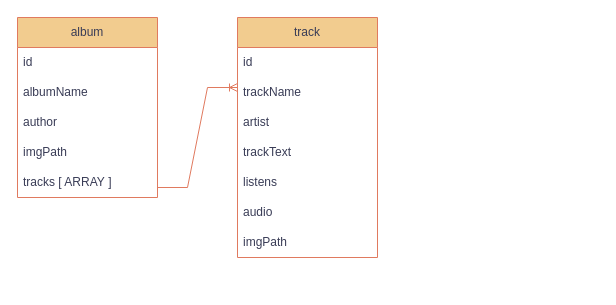
Earlier version of the draw.io diagram Диаграмма без названия.drawio (Erhan1708/TuneVault-Server). Source tidied: cells renumbered, new cells numbered last; positions are measured from the earlier drawing's top-left corner, leaving out a move shared by most shapes. Both pictures are drawn from the tidied source at 100%, with x=0, y=0 at pixel (17, 17).
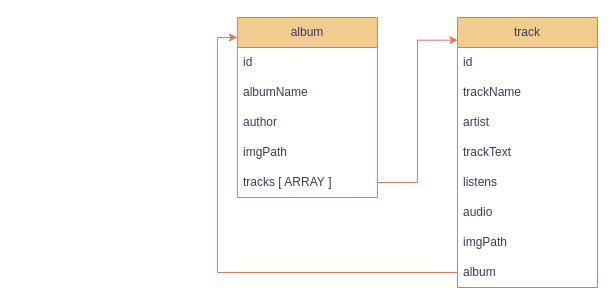
After the change.

The edit, as a diff of the source:
```diff
@@
 <mxGraphModel>
   <root>
     <mxCell id="0" />
     <mxCell id="1" parent="0" />
     <mxCell id="2" value="track" style="swimlane;fontStyle=0;horizontal=1;startSize=30;whiteSpace=wrap;html=1;strokeColor=#E07A5F;fontColor=#393C56;fillColor=#F2CC8F;" parent="1" vertex="1">
-      <mxGeometry x="220" width="140" height="240" as="geometry" />
+      <mxGeometry x="440" width="140" height="270" as="geometry" />
     </mxCell>
     <mxCell id="3" value="id" style="text;strokeColor=none;fillColor=none;align=left;verticalAlign=middle;spacingLeft=4;spacingRight=4;overflow=hidden;whiteSpace=wrap;html=1;fontColor=#393C56;" parent="2" vertex="1">
       <mxGeometry y="30" width="140" height="30" as="geometry" />
     </mxCell>
     <mxCell id="4" value="trackName" style="text;strokeColor=none;fillColor=none;align=left;verticalAlign=middle;spacingLeft=4;spacingRight=4;overflow=hidden;whiteSpace=wrap;html=1;fontColor=#393C56;" parent="2" vertex="1">
       <mxGeometry y="60" width="140" height="30" as="geometry" />
     </mxCell>
     <mxCell id="5" value="artist" style="text;strokeColor=none;fillColor=none;align=left;verticalAlign=middle;spacingLeft=4;spacingRight=4;overflow=hidden;whiteSpace=wrap;html=1;fontColor=#393C56;" parent="2" vertex="1">
       <mxGeometry y="90" width="140" height="30" as="geometry" />
     </mxCell>
     <mxCell id="6" value="trackText" style="text;strokeColor=none;fillColor=none;align=left;verticalAlign=middle;spacingLeft=4;spacingRight=4;overflow=hidden;whiteSpace=wrap;html=1;fontColor=#393C56;" parent="2" vertex="1">
       <mxGeometry y="120" width="140" height="30" as="geometry" />
     </mxCell>
     <mxCell id="7" value="listens" style="text;strokeColor=none;fillColor=none;align=left;verticalAlign=middle;spacingLeft=4;spacingRight=4;overflow=hidden;whiteSpace=wrap;html=1;fontColor=#393C56;" parent="2" vertex="1">
       <mxGeometry y="150" width="140" height="30" as="geometry" />
     </mxCell>
     <mxCell id="8" value="audio" style="text;strokeColor=none;fillColor=none;align=left;verticalAlign=middle;spacingLeft=4;spacingRight=4;overflow=hidden;whiteSpace=wrap;html=1;fontColor=#393C56;" parent="2" vertex="1">
       <mxGeometry y="180" width="140" height="30" as="geometry" />
     </mxCell>
     <mxCell id="9" value="imgPath" style="text;strokeColor=none;fillColor=none;align=left;verticalAlign=middle;spacingLeft=4;spacingRight=4;overflow=hidden;whiteSpace=wrap;html=1;fontColor=#393C56;" parent="2" vertex="1">
       <mxGeometry y="210" width="140" height="30" as="geometry" />
     </mxCell>
+    <mxCell id="17" value="album" style="text;strokeColor=none;fillColor=none;align=left;verticalAlign=middle;spacingLeft=4;spacingRight=4;overflow=hidden;points=[[0,0.5],[1,0.5]];portConstraint=eastwest;whiteSpace=wrap;html=1;fontColor=#393C56;" parent="2" vertex="1">
+      <mxGeometry y="240" width="140" height="30" as="geometry" />
+    </mxCell>
     <mxCell id="10" value="album" style="swimlane;fontStyle=0;horizontal=1;startSize=30;whiteSpace=wrap;html=1;strokeColor=#E07A5F;fontColor=#393C56;fillColor=#F2CC8F;" parent="1" vertex="1">
-      <mxGeometry width="140" height="180" as="geometry" />
+      <mxGeometry x="219.9" width="140" height="180" as="geometry" />
     </mxCell>
     <mxCell id="11" value="id" style="text;strokeColor=none;fillColor=none;align=left;verticalAlign=middle;spacingLeft=4;spacingRight=4;overflow=hidden;whiteSpace=wrap;html=1;fontColor=#393C56;" parent="10" vertex="1">
       <mxGeometry y="30" width="140" height="30" as="geometry" />
     </mxCell>
     <mxCell id="12" value="albumName" style="text;strokeColor=none;fillColor=none;align=left;verticalAlign=middle;spacingLeft=4;spacingRight=4;overflow=hidden;whiteSpace=wrap;html=1;fontColor=#393C56;" parent="10" vertex="1">
       <mxGeometry y="60" width="140" height="30" as="geometry" />
     </mxCell>
     <mxCell id="13" value="author" style="text;strokeColor=none;fillColor=none;align=left;verticalAlign=middle;spacingLeft=4;spacingRight=4;overflow=hidden;whiteSpace=wrap;html=1;fontColor=#393C56;" parent="10" vertex="1">
       <mxGeometry y="90" width="140" height="30" as="geometry" />
     </mxCell>
     <mxCell id="14" value="imgPath" style="text;strokeColor=none;fillColor=none;align=left;verticalAlign=middle;spacingLeft=4;spacingRight=4;overflow=hidden;whiteSpace=wrap;html=1;fontColor=#393C56;" parent="10" vertex="1">
       <mxGeometry y="120" width="140" height="30" as="geometry" />
     </mxCell>
     <mxCell id="15" value="tracks [ ARRAY&amp;nbsp;]" style="text;strokeColor=none;fillColor=none;align=left;verticalAlign=middle;spacingLeft=4;spacingRight=4;overflow=hidden;points=[[0,0.5],[1,0.5]];portConstraint=eastwest;whiteSpace=wrap;html=1;fontColor=#393C56;" parent="10" vertex="1">
       <mxGeometry y="150" width="140" height="30" as="geometry" />
     </mxCell>
-    <mxCell id="16" style="edgeStyle=entityRelationEdgeStyle;fontSize=12;html=1;endArrow=ERoneToMany;rounded=0;strokeColor=#E07A5F;fontColor=#393C56;fillColor=#F2CC8F;" parent="1" edge="1">
-      <mxGeometry relative="1" as="geometry">
-        <mxPoint x="140" y="170" as="sourcePoint" />
-        <mxPoint x="220" y="70" as="targetPoint" />
-      </mxGeometry>
-    </mxCell>
+    <mxCell id="18" style="edgeStyle=orthogonalEdgeStyle;rounded=0;jettySize=auto;html=1;strokeColor=#E07A5F;fontColor=#393C56;fillColor=#F2CC8F;entryX=0;entryY=0.111;entryDx=0;entryDy=0;entryPerimeter=0;" parent="1" edge="1" source="17" target="10">
+      <mxGeometry relative="1" as="geometry" />
+    </mxCell>
+    <mxCell id="19" style="edgeStyle=orthogonalEdgeStyle;rounded=0;jettySize=auto;html=1;entryX=0.003;entryY=0.084;entryDx=0;entryDy=0;entryPerimeter=0;strokeColor=#E07A5F;fontColor=#393C56;fillColor=#F2CC8F;" parent="1" edge="1" source="15" target="2">
+      <mxGeometry relative="1" as="geometry" />
+    </mxCell>
   </root>
 </mxGraphModel>
```
